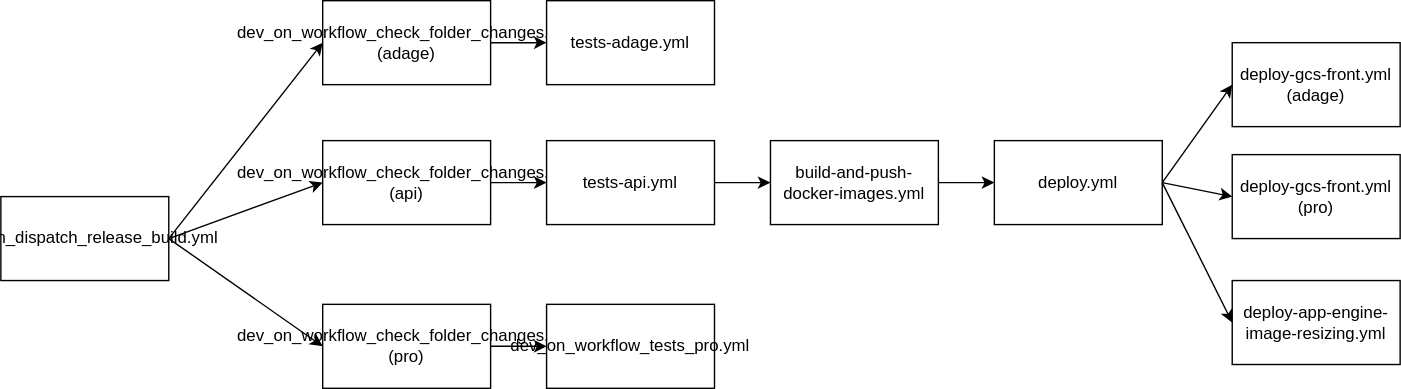
Earlier version of the draw.io export .github/workflows/img/test-main.drawio.svg (pass-culture/pass-culture-main). Source tidied: cells renumbered, new cells last; positions are measured from the earlier drawing's top-left corner, leaving out a move shared by most shapes.
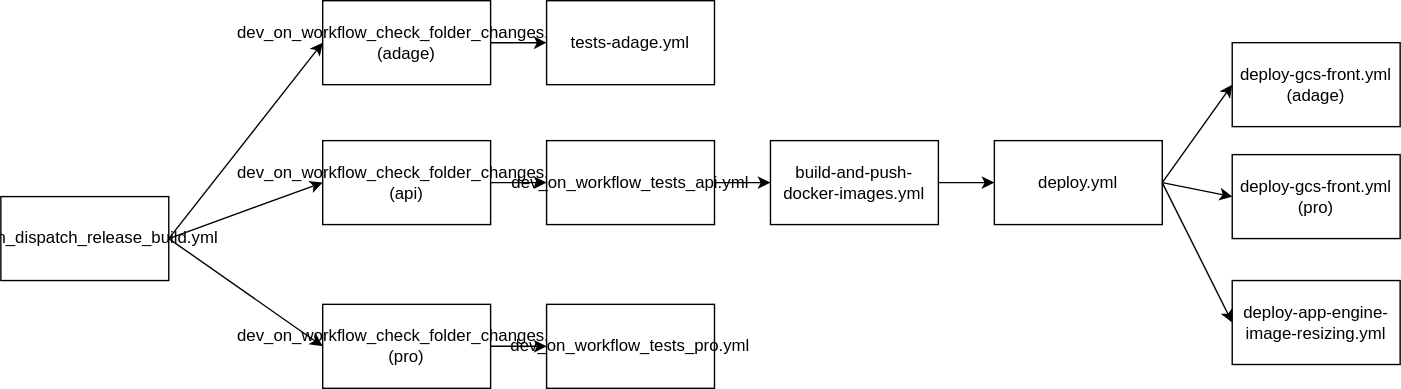
After the change.

Diff of the diagram source:
```diff
@@ -17,7 +17,7 @@
     <mxCell id="6" value="tests-adage.yml" style="whiteSpace=wrap;html=1;" parent="1" vertex="1">
       <mxGeometry x="390" width="120" height="60" as="geometry" />
     </mxCell>
-    <mxCell id="7" value="tests-api.yml" style="whiteSpace=wrap;html=1;" parent="1" vertex="1">
+    <mxCell id="7" value="dev_on_workflow_tests_api.yml" style="whiteSpace=wrap;html=1;" parent="1" vertex="1">
       <mxGeometry x="390" y="100" width="120" height="60" as="geometry" />
     </mxCell>
     <mxCell id="8" value="dev_on_workflow_tests_pro.yml" style="whiteSpace=wrap;html=1;" parent="1" vertex="1">
```
